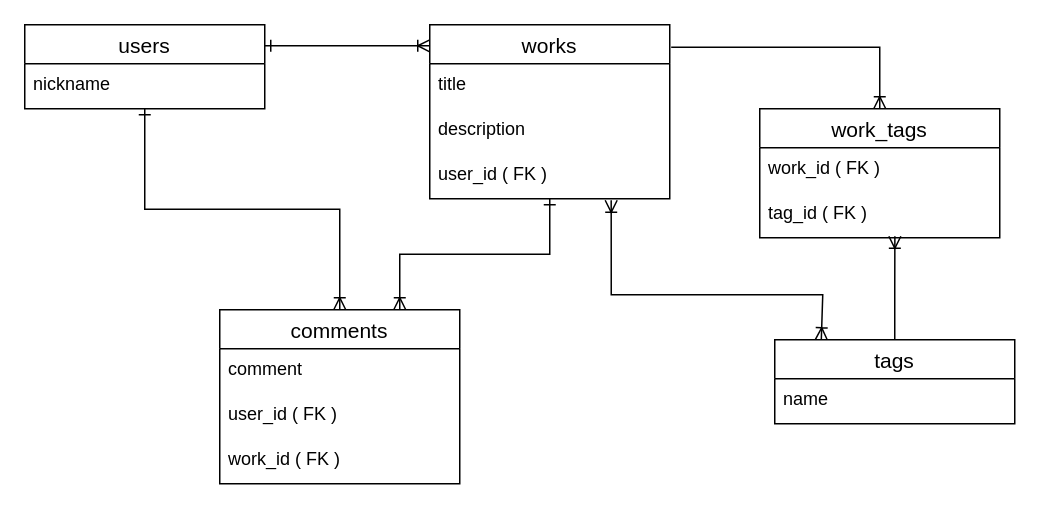
This is hachi.dio from kysh555/hachi_app, a draw.io file, before an edit. Source tidied: cells renumbered, new cells numbered last; positions are measured from the earlier drawing's top-left corner, leaving out a move shared by most shapes. Both pictures are drawn from the tidied source at 150%, with x=0, y=0 at pixel (24, 24).
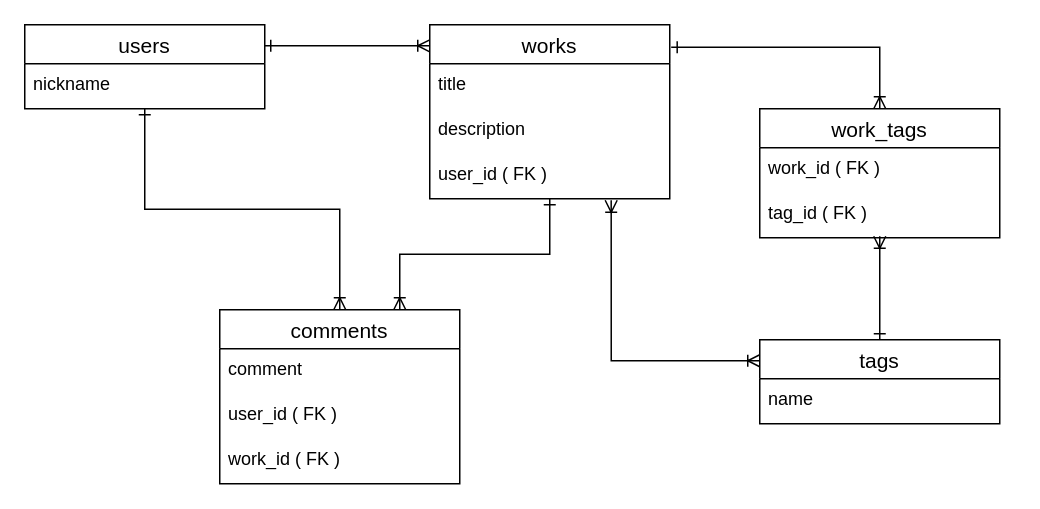
The same diagram, later.

The change refers to these unchanged cells:
```xml
<mxCell id="8" value="works" style="swimlane;fontStyle=0;horizontal=1;startSize=26;align=center;fontSize=14;" parent="1" vertex="1">
  <mxGeometry x="270" width="160" height="116" as="geometry" />
</mxCell>
<mxCell id="11" value="user_id ( FK )" style="text;strokeColor=none;fillColor=none;spacingLeft=4;spacingRight=4;overflow=hidden;points=[[0,0.5],[1,0.5]];portConstraint=eastwest;fontSize=12;" parent="8" vertex="1">
  <mxGeometry y="86" width="160" height="30" as="geometry" />
</mxCell>
<mxCell id="20" value="work_tags" style="swimlane;fontStyle=0;horizontal=1;startSize=26;align=center;fontSize=14;" parent="1" vertex="1">
  <mxGeometry x="490" y="56" width="160" height="86" as="geometry" />
</mxCell>
<mxCell id="22" value="tag_id ( FK )" style="text;strokeColor=none;fillColor=none;spacingLeft=4;spacingRight=4;overflow=hidden;points=[[0,0.5],[1,0.5]];portConstraint=eastwest;fontSize=12;" parent="20" vertex="1">
  <mxGeometry y="56" width="160" height="30" as="geometry" />
</mxCell>
```

Change to the diagram source:
```diff
@@
-    <mxCell id="7" style="edgeStyle=orthogonalEdgeStyle;rounded=0;jettySize=auto;html=1;entryX=0.5;entryY=0;entryDx=0;entryDy=0;startArrow=none;startFill=0;endArrow=ERoneToMany;endFill=0;exitX=1.006;exitY=0.129;exitDx=0;exitDy=0;exitPerimeter=0;" parent="1" edge="1" source="8" target="20">
+    <mxCell id="7" style="edgeStyle=orthogonalEdgeStyle;rounded=0;jettySize=auto;html=1;entryX=0.5;entryY=0;entryDx=0;entryDy=0;startArrow=ERone;startFill=0;endArrow=ERoneToMany;endFill=0;exitX=1.006;exitY=0.129;exitDx=0;exitDy=0;exitPerimeter=0;" parent="1" edge="1" source="8" target="20">
       <mxGeometry relative="1" as="geometry">
         <Array as="points">
           <mxPoint x="570" y="15" />
         </Array>
       </mxGeometry>
     </mxCell>
@@
-    <mxCell id="16" style="edgeStyle=orthogonalEdgeStyle;rounded=0;jettySize=auto;html=1;exitX=0.5;exitY=0;exitDx=0;exitDy=0;entryX=0.563;entryY=0.967;entryDx=0;entryDy=0;entryPerimeter=0;startArrow=none;startFill=0;endArrow=ERoneToMany;endFill=0;" parent="1" edge="1" source="18" target="22">
-      <mxGeometry relative="1" as="geometry" />
+    <mxCell id="16" style="edgeStyle=orthogonalEdgeStyle;rounded=0;jettySize=auto;html=1;exitX=0.5;exitY=0;exitDx=0;exitDy=0;startArrow=ERone;startFill=0;endArrow=ERoneToMany;endFill=0;" parent="1" edge="1" source="18">
+      <mxGeometry relative="1" as="geometry">
+        <mxPoint x="570" y="141" as="targetPoint" />
+      </mxGeometry>
     </mxCell>
-    <mxCell id="17" style="edgeStyle=orthogonalEdgeStyle;rounded=0;jettySize=auto;html=1;exitX=0.194;exitY=0;exitDx=0;exitDy=0;entryX=0.756;entryY=1.033;entryDx=0;entryDy=0;entryPerimeter=0;startArrow=ERoneToMany;startFill=0;endArrow=ERoneToMany;endFill=0;exitPerimeter=0;" parent="1" edge="1" source="18" target="11">
+    <mxCell id="17" style="edgeStyle=orthogonalEdgeStyle;rounded=0;jettySize=auto;html=1;exitX=0;exitY=0.25;exitDx=0;exitDy=0;entryX=0.756;entryY=1.033;entryDx=0;entryDy=0;entryPerimeter=0;startArrow=ERoneToMany;startFill=0;endArrow=ERoneToMany;endFill=0;" parent="1" edge="1" source="18" target="11">
       <mxGeometry relative="1" as="geometry">
         <Array as="points">
-          <mxPoint x="532" y="180" />
-          <mxPoint x="391" y="180" />
+          <mxPoint x="391" y="224" />
         </Array>
       </mxGeometry>
     </mxCell>
     <mxCell id="18" value="tags" style="swimlane;fontStyle=0;horizontal=1;startSize=26;align=center;fontSize=14;" parent="1" vertex="1">
-      <mxGeometry x="500" y="210" width="160" height="56" as="geometry" />
+      <mxGeometry x="490" y="210" width="160" height="56" as="geometry" />
     </mxCell>
```
